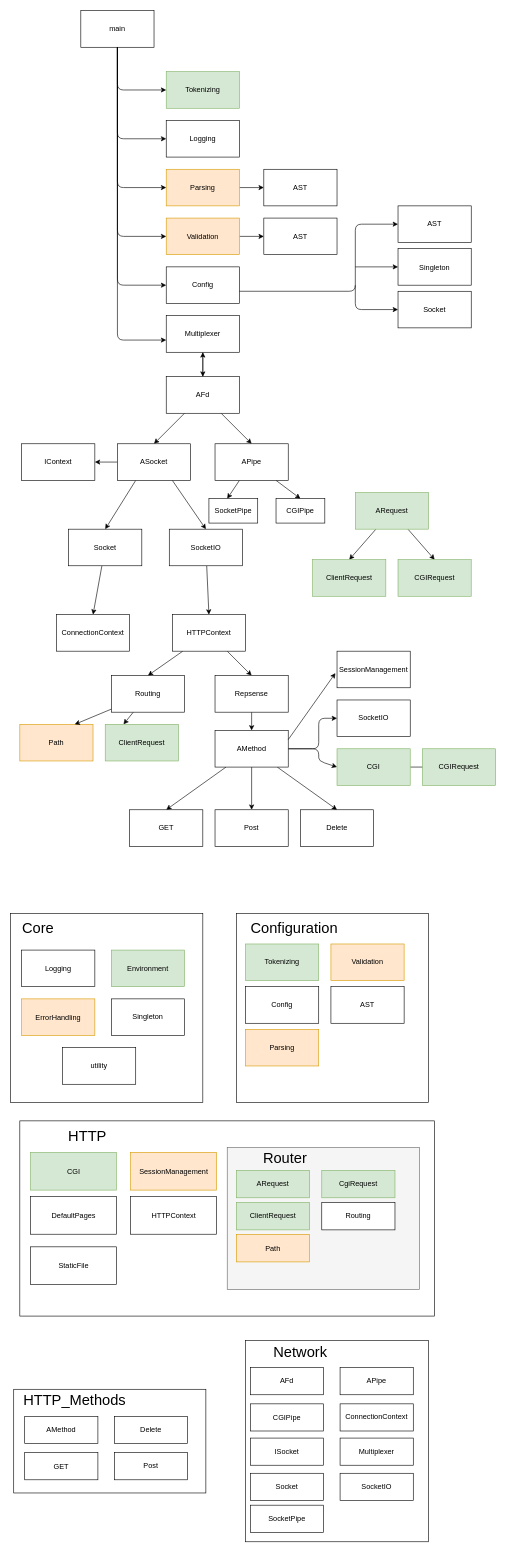
The draw.io diagram HTTP/DefaultPages/server.dio in AzzaouiAlae/webserver, before the edit. Source tidied: cells renumbered, new cells numbered last; positions are measured from the earlier drawing's top-left corner, leaving out a move shared by most shapes. Both pictures are drawn from the tidied source at 61%, with x=0, y=0 at pixel (10, 10).
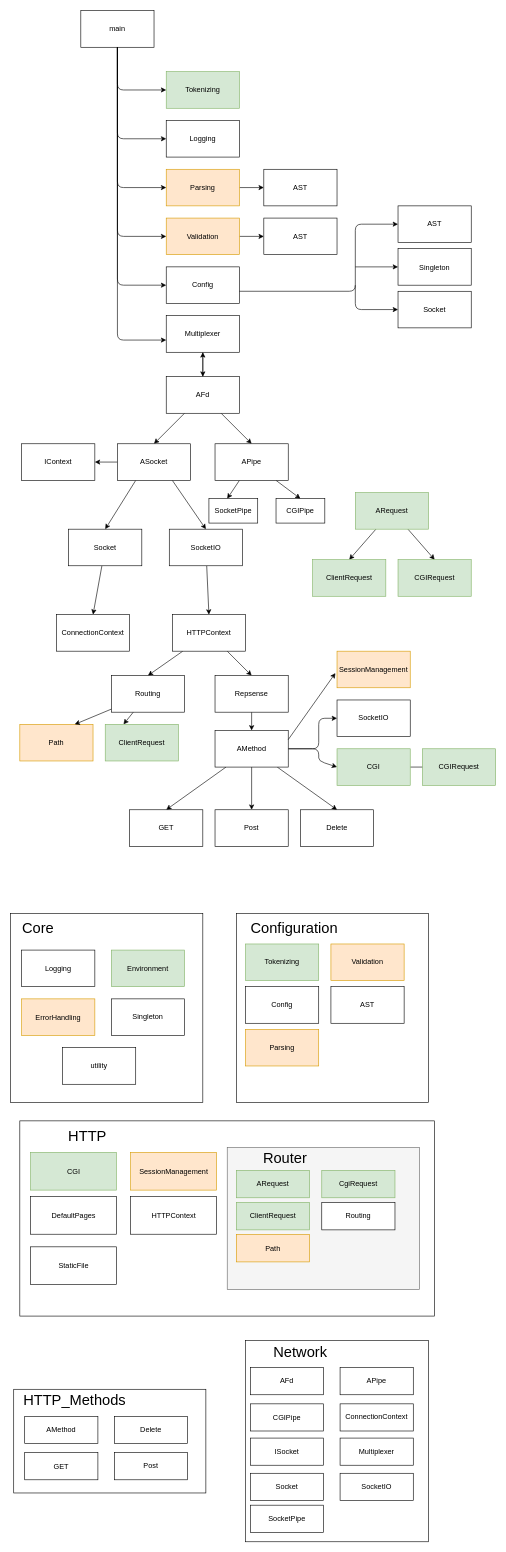
The same diagram, later.

The edit, as a diff of the source:
```diff
@@
-    <mxCell id="88" value="SessionManagement" style="rounded=0;whiteSpace=wrap;html=1;" parent="1" vertex="1">
+    <mxCell id="88" value="SessionManagement" style="rounded=0;whiteSpace=wrap;html=1;fillColor=#ffe6cc;strokeColor=#d79b00;" parent="1" vertex="1">
       <mxGeometry x="535" y="1050" width="120" height="60" as="geometry" />
     </mxCell>
```
